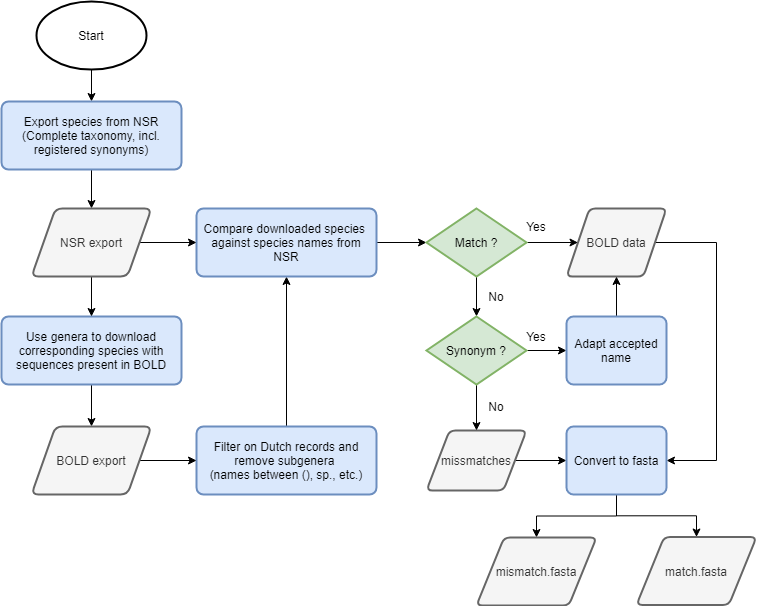
Above: script/Flowchart.png in naturalis/Custom-databases-DNA-sequences (draw.io), before the change. Source tidied: cells renumbered, new cells last; positions are measured from the earlier drawing's top-left corner, leaving out a move shared by most shapes.
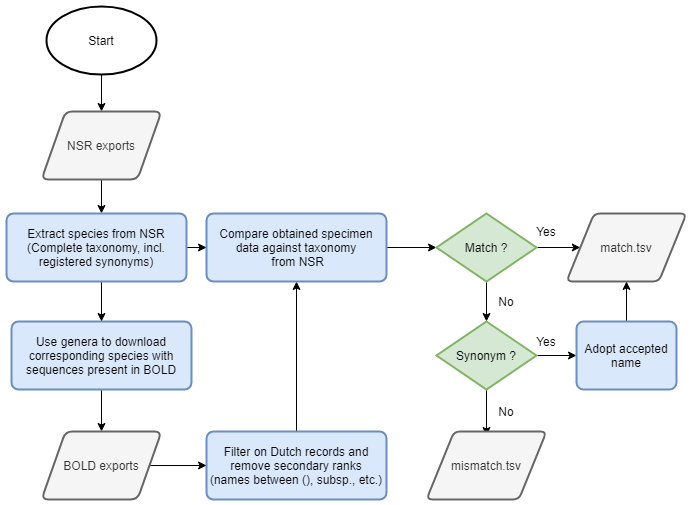
The same file after the commit.

Commit message:
Update data structure

Change to the diagram source:
```diff
@@ -2,18 +2,18 @@
   <root>
     <mxCell id="0" />
     <mxCell id="1" parent="0" />
-    <mxCell id="2" style="edgeStyle=orthogonalEdgeStyle;rounded=0;jettySize=auto;html=1;" parent="1" edge="1" source="3" target="5">
-      <mxGeometry relative="1" as="geometry" />
-    </mxCell>
+    <mxCell id="38" style="edgeStyle=orthogonalEdgeStyle;rounded=0;jettySize=auto;html=1;" parent="1" edge="1" source="3" target="40">
+      <mxGeometry relative="1" as="geometry" />
+    </mxCell>
     <mxCell id="3" value="&lt;div&gt;Start&lt;/div&gt;" style="strokeWidth=2;html=1;shape=mxgraph.flowchart.start_1;whiteSpace=wrap;" parent="1" vertex="1">
       <mxGeometry x="35" width="110" height="68" as="geometry" />
     </mxCell>
-    <mxCell id="4" style="edgeStyle=orthogonalEdgeStyle;rounded=0;jettySize=auto;html=1;" parent="1" edge="1" source="5" target="28">
-      <mxGeometry relative="1" as="geometry" />
+    <mxCell id="4" style="edgeStyle=orthogonalEdgeStyle;rounded=0;orthogonalLoop=1;jettySize=auto;html=1;" parent="1" edge="1">
+      <mxGeometry relative="1" as="geometry">
+        <mxPoint x="90" y="168" as="sourcePoint" />
+        <mxPoint x="90" y="207" as="targetPoint" />
+      </mxGeometry>
     </mxCell>
-    <mxCell id="5" value="Export species from NSR&lt;br&gt;(Complete taxonomy, incl. registered synonyms)" style="rounded=1;whiteSpace=wrap;html=1;absoluteArcSize=1;arcSize=14;strokeWidth=2;fillColor=#dae8fc;strokeColor=#6c8ebf;" parent="1" vertex="1">
-      <mxGeometry y="100" width="180" height="68" as="geometry" />
-    </mxCell>
     <mxCell id="6" style="edgeStyle=orthogonalEdgeStyle;rounded=0;jettySize=auto;html=1;" parent="1" edge="1" source="7" target="25">
       <mxGeometry relative="1" as="geometry" />
     </mxCell>
@@ -23,26 +23,12 @@
     <mxCell id="8" style="edgeStyle=orthogonalEdgeStyle;rounded=0;jettySize=auto;html=1;entryX=0.5;entryY=1;entryDx=0;entryDy=0;" parent="1" edge="1" source="9" target="15">
       <mxGeometry relative="1" as="geometry" />
     </mxCell>
-    <mxCell id="9" value="Filter on Dutch records and&lt;br&gt;remove subgenera &lt;br&gt;(names between (), sp., etc.)" style="rounded=1;whiteSpace=wrap;html=1;absoluteArcSize=1;arcSize=14;strokeWidth=2;fillColor=#dae8fc;strokeColor=#6c8ebf;" parent="1" vertex="1">
+    <mxCell id="9" value="Filter on Dutch records and&lt;br&gt;remove secondary ranks&lt;br&gt;(names between (), subsp., etc.)" style="rounded=1;whiteSpace=wrap;html=1;absoluteArcSize=1;arcSize=14;strokeWidth=2;fillColor=#dae8fc;strokeColor=#6c8ebf;" parent="1" vertex="1">
       <mxGeometry x="195" y="425" width="180" height="68" as="geometry" />
     </mxCell>
-    <mxCell id="10" style="edgeStyle=orthogonalEdgeStyle;rounded=0;jettySize=auto;html=1;entryX=1;entryY=0.5;entryDx=0;entryDy=0;" parent="1" edge="1" source="11" target="35">
-      <mxGeometry relative="1" as="geometry">
-        <Array as="points">
-          <mxPoint x="715" y="241" />
-          <mxPoint x="715" y="459" />
-        </Array>
-      </mxGeometry>
-    </mxCell>
-    <mxCell id="11" value="BOLD data" style="shape=parallelogram;html=1;strokeWidth=2;perimeter=parallelogramPerimeter;whiteSpace=wrap;rounded=1;arcSize=12;size=0.23;fillColor=#f5f5f5;strokeColor=#666666;fontColor=#333333;" parent="1" vertex="1">
-      <mxGeometry x="565" y="207" width="100" height="68" as="geometry" />
+    <mxCell id="11" value="match.tsv" style="shape=parallelogram;html=1;strokeWidth=2;perimeter=parallelogramPerimeter;whiteSpace=wrap;rounded=1;arcSize=12;size=0.23;fillColor=#f5f5f5;strokeColor=#666666;fontColor=#333333;" parent="1" vertex="1">
+      <mxGeometry x="555" y="207" width="120" height="68" as="geometry" />
     </mxCell>
-    <mxCell id="12" style="edgeStyle=orthogonalEdgeStyle;rounded=0;jettySize=auto;html=1;" parent="1" edge="1" source="13" target="35">
-      <mxGeometry relative="1" as="geometry" />
-    </mxCell>
-    <mxCell id="13" value="missmatches" style="shape=parallelogram;html=1;strokeWidth=2;perimeter=parallelogramPerimeter;whiteSpace=wrap;rounded=1;arcSize=12;size=0.23;fillColor=#f5f5f5;strokeColor=#666666;fontColor=#333333;" parent="1" vertex="1">
-      <mxGeometry x="425" y="429" width="100" height="60" as="geometry" />
-    </mxCell>
     <mxCell id="14" style="edgeStyle=orthogonalEdgeStyle;rounded=0;jettySize=auto;html=1;" parent="1" edge="1" source="15" target="18">
       <mxGeometry relative="1" as="geometry">
         <Array as="points">
@@ -51,7 +37,7 @@
         </Array>
       </mxGeometry>
     </mxCell>
-    <mxCell id="15" value="&lt;div&gt;Compare&amp;nbsp;&lt;span&gt;downloaded species&amp;nbsp;&lt;/span&gt;&lt;/div&gt;&lt;div&gt;against species names&amp;nbsp;&lt;span&gt;from NSR&lt;/span&gt;&lt;/div&gt;" style="rounded=1;whiteSpace=wrap;html=1;absoluteArcSize=1;arcSize=14;strokeWidth=2;fillColor=#dae8fc;strokeColor=#6c8ebf;" parent="1" vertex="1">
+    <mxCell id="15" value="&lt;div&gt;Compare&amp;nbsp;&lt;span&gt;obtained specimen data&amp;nbsp;&lt;/span&gt;&lt;span&gt;against taxonomy&lt;/span&gt;&lt;/div&gt;&lt;div&gt;&lt;span&gt;&amp;nbsp;&lt;/span&gt;&lt;span&gt;from NSR&lt;/span&gt;&lt;/div&gt;" style="rounded=1;whiteSpace=wrap;html=1;absoluteArcSize=1;arcSize=14;strokeWidth=2;fillColor=#dae8fc;strokeColor=#6c8ebf;" parent="1" vertex="1">
       <mxGeometry x="195" y="207" width="180" height="68" as="geometry" />
     </mxCell>
     <mxCell id="16" style="edgeStyle=orthogonalEdgeStyle;rounded=0;jettySize=auto;html=1;" parent="1" edge="1" source="18" target="11">
@@ -66,8 +52,10 @@
     <mxCell id="19" value="Yes" style="text;html=1;align=center;verticalAlign=middle;whiteSpace=wrap;rounded=0;" parent="1" vertex="1">
       <mxGeometry x="515" y="215" width="40" height="20" as="geometry" />
     </mxCell>
-    <mxCell id="20" style="edgeStyle=orthogonalEdgeStyle;rounded=0;jettySize=auto;html=1;" parent="1" edge="1" source="22" target="13">
-      <mxGeometry relative="1" as="geometry" />
+    <mxCell id="20" style="edgeStyle=orthogonalEdgeStyle;rounded=0;jettySize=auto;html=1;" parent="1" edge="1" source="22">
+      <mxGeometry relative="1" as="geometry">
+        <mxPoint x="475" y="429" as="targetPoint" />
+      </mxGeometry>
     </mxCell>
     <mxCell id="21" style="edgeStyle=orthogonalEdgeStyle;rounded=0;jettySize=auto;html=1;" parent="1" edge="1" source="22" target="31">
       <mxGeometry relative="1" as="geometry" />
@@ -81,44 +69,39 @@
     <mxCell id="24" style="edgeStyle=orthogonalEdgeStyle;rounded=0;jettySize=auto;html=1;" parent="1" edge="1" source="25" target="9">
       <mxGeometry relative="1" as="geometry" />
     </mxCell>
-    <mxCell id="25" value="BOLD export" style="shape=parallelogram;perimeter=parallelogramPerimeter;whiteSpace=wrap;html=1;rounded=1;strokeWidth=2;arcSize=14;fillColor=#f5f5f5;strokeColor=#666666;fontColor=#333333;" parent="1" vertex="1">
+    <mxCell id="25" value="BOLD exports" style="shape=parallelogram;perimeter=parallelogramPerimeter;whiteSpace=wrap;html=1;rounded=1;strokeWidth=2;arcSize=14;fillColor=#f5f5f5;strokeColor=#666666;fontColor=#333333;" parent="1" vertex="1">
       <mxGeometry x="30" y="425" width="120" height="68" as="geometry" />
     </mxCell>
-    <mxCell id="26" style="edgeStyle=orthogonalEdgeStyle;rounded=0;jettySize=auto;html=1;" parent="1" edge="1" source="28" target="7">
-      <mxGeometry relative="1" as="geometry" />
+    <mxCell id="26" style="edgeStyle=orthogonalEdgeStyle;rounded=0;jettySize=auto;html=1;" parent="1" edge="1" target="7">
+      <mxGeometry relative="1" as="geometry">
+        <mxPoint x="90" y="275" as="sourcePoint" />
+      </mxGeometry>
     </mxCell>
-    <mxCell id="27" style="edgeStyle=orthogonalEdgeStyle;rounded=0;jettySize=auto;html=1;" parent="1" edge="1" source="28" target="15">
-      <mxGeometry relative="1" as="geometry" />
+    <mxCell id="27" style="edgeStyle=orthogonalEdgeStyle;rounded=0;jettySize=auto;html=1;" parent="1" edge="1" target="15">
+      <mxGeometry relative="1" as="geometry">
+        <mxPoint x="138" y="241" as="sourcePoint" />
+      </mxGeometry>
     </mxCell>
-    <mxCell id="28" value="NSR export" style="shape=parallelogram;perimeter=parallelogramPerimeter;whiteSpace=wrap;html=1;rounded=1;strokeWidth=2;arcSize=14;fillColor=#f5f5f5;strokeColor=#666666;fontColor=#333333;" parent="1" vertex="1">
-      <mxGeometry x="30" y="207" width="120" height="68" as="geometry" />
-    </mxCell>
     <mxCell id="29" value="No" style="text;html=1;align=center;verticalAlign=middle;whiteSpace=wrap;rounded=0;" parent="1" vertex="1">
       <mxGeometry x="475" y="395" width="40" height="20" as="geometry" />
     </mxCell>
     <mxCell id="30" style="edgeStyle=orthogonalEdgeStyle;rounded=0;jettySize=auto;html=1;" parent="1" edge="1" source="31" target="11">
       <mxGeometry relative="1" as="geometry" />
     </mxCell>
-    <mxCell id="31" value="&lt;div&gt;Adapt accepted name&lt;/div&gt;" style="rounded=1;whiteSpace=wrap;html=1;absoluteArcSize=1;arcSize=14;strokeWidth=2;fillColor=#dae8fc;strokeColor=#6c8ebf;" parent="1" vertex="1">
+    <mxCell id="31" value="&lt;div&gt;Adopt accepted name&lt;/div&gt;" style="rounded=1;whiteSpace=wrap;html=1;absoluteArcSize=1;arcSize=14;strokeWidth=2;fillColor=#dae8fc;strokeColor=#6c8ebf;" parent="1" vertex="1">
       <mxGeometry x="565" y="315" width="100" height="68" as="geometry" />
     </mxCell>
     <mxCell id="32" value="Yes" style="text;html=1;align=center;verticalAlign=middle;whiteSpace=wrap;rounded=0;" parent="1" vertex="1">
       <mxGeometry x="515" y="325" width="40" height="20" as="geometry" />
     </mxCell>
-    <mxCell id="33" style="edgeStyle=orthogonalEdgeStyle;rounded=0;jettySize=auto;html=1;" parent="1" edge="1" source="35" target="37">
-      <mxGeometry relative="1" as="geometry" />
-    </mxCell>
-    <mxCell id="34" style="edgeStyle=orthogonalEdgeStyle;rounded=0;jettySize=auto;html=1;" parent="1" edge="1" source="35" target="36">
-      <mxGeometry relative="1" as="geometry" />
-    </mxCell>
-    <mxCell id="35" value="&lt;div&gt;Con&lt;span&gt;vert to fasta&lt;/span&gt;&lt;/div&gt;" style="rounded=1;whiteSpace=wrap;html=1;absoluteArcSize=1;arcSize=14;strokeWidth=2;fillColor=#dae8fc;strokeColor=#6c8ebf;" parent="1" vertex="1">
-      <mxGeometry x="565" y="425" width="100" height="68" as="geometry" />
-    </mxCell>
-    <mxCell id="36" value="match.fasta" style="shape=parallelogram;html=1;strokeWidth=2;perimeter=parallelogramPerimeter;whiteSpace=wrap;rounded=1;arcSize=12;size=0.23;fillColor=#f5f5f5;strokeColor=#666666;fontColor=#333333;" parent="1" vertex="1">
-      <mxGeometry x="635" y="535.5" width="120" height="68" as="geometry" />
+    <mxCell id="36" value="mismatch.tsv" style="shape=parallelogram;html=1;strokeWidth=2;perimeter=parallelogramPerimeter;whiteSpace=wrap;rounded=1;arcSize=12;size=0.23;fillColor=#f5f5f5;strokeColor=#666666;fontColor=#333333;" parent="1" vertex="1">
+      <mxGeometry x="415" y="425" width="120" height="68" as="geometry" />
     </mxCell>
-    <mxCell id="37" value="mismatch.fasta" style="shape=parallelogram;html=1;strokeWidth=2;perimeter=parallelogramPerimeter;whiteSpace=wrap;rounded=1;arcSize=12;size=0.23;fillColor=#f5f5f5;strokeColor=#666666;fontColor=#333333;" parent="1" vertex="1">
-      <mxGeometry x="475" y="536" width="120" height="68" as="geometry" />
-    </mxCell>
+    <mxCell id="39" value="Extract species from NSR&lt;br&gt;(Complete taxonomy, incl. registered synonyms)" style="rounded=1;whiteSpace=wrap;html=1;absoluteArcSize=1;arcSize=14;strokeWidth=2;fillColor=#dae8fc;strokeColor=#6c8ebf;" parent="1" vertex="1">
+      <mxGeometry x="-5" y="207" width="180" height="68" as="geometry" />
+    </mxCell>
+    <mxCell id="40" value="NSR exports" style="shape=parallelogram;perimeter=parallelogramPerimeter;whiteSpace=wrap;html=1;rounded=1;strokeWidth=2;arcSize=14;fillColor=#f5f5f5;strokeColor=#666666;fontColor=#333333;" parent="1" vertex="1">
+      <mxGeometry x="30" y="105" width="120" height="68" as="geometry" />
+    </mxCell>
   </root>
 </mxGraphModel>
```
